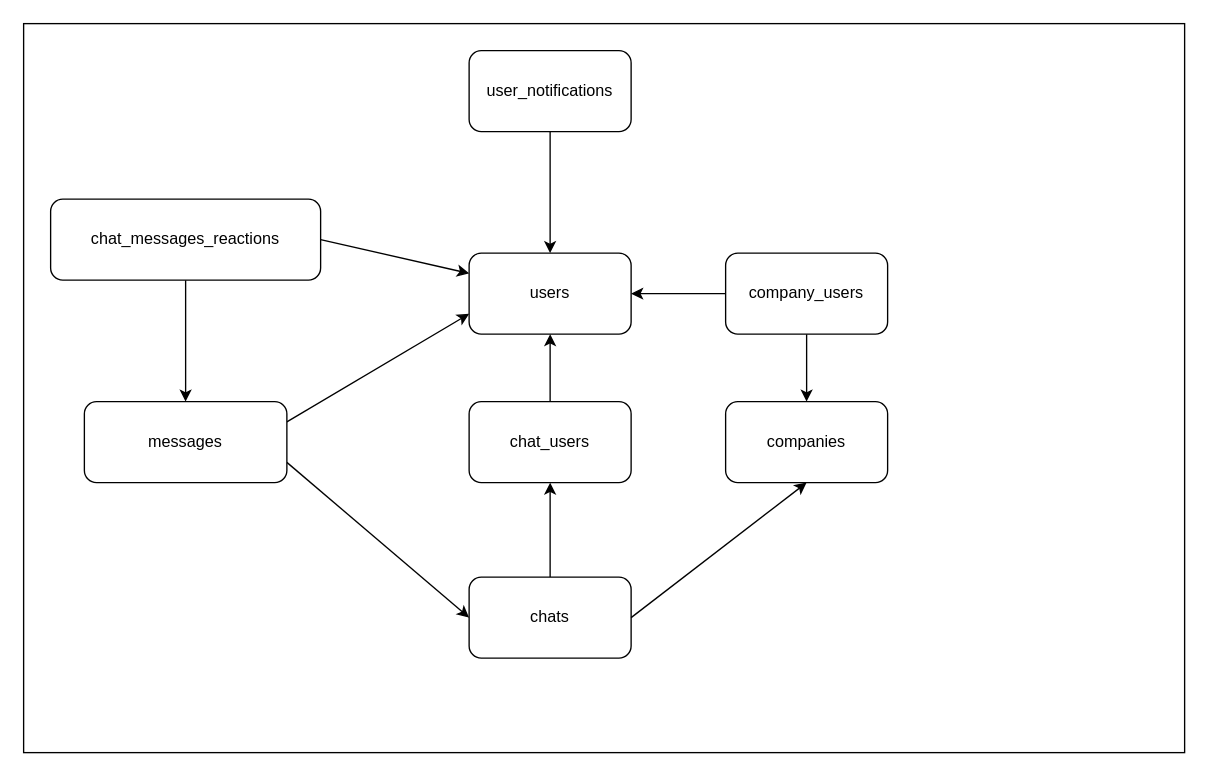
DouglasVolcato/messenger keeps this draw.io diagram as docs/data.drawio. Above is the earlier version. Source tidied: cells renumbered, new cells numbered last; positions are measured from the earlier drawing's top-left corner, leaving out a move shared by most shapes. Both pictures are drawn from the tidied source at 135%, with x=0, y=0 at pixel (23, 23).
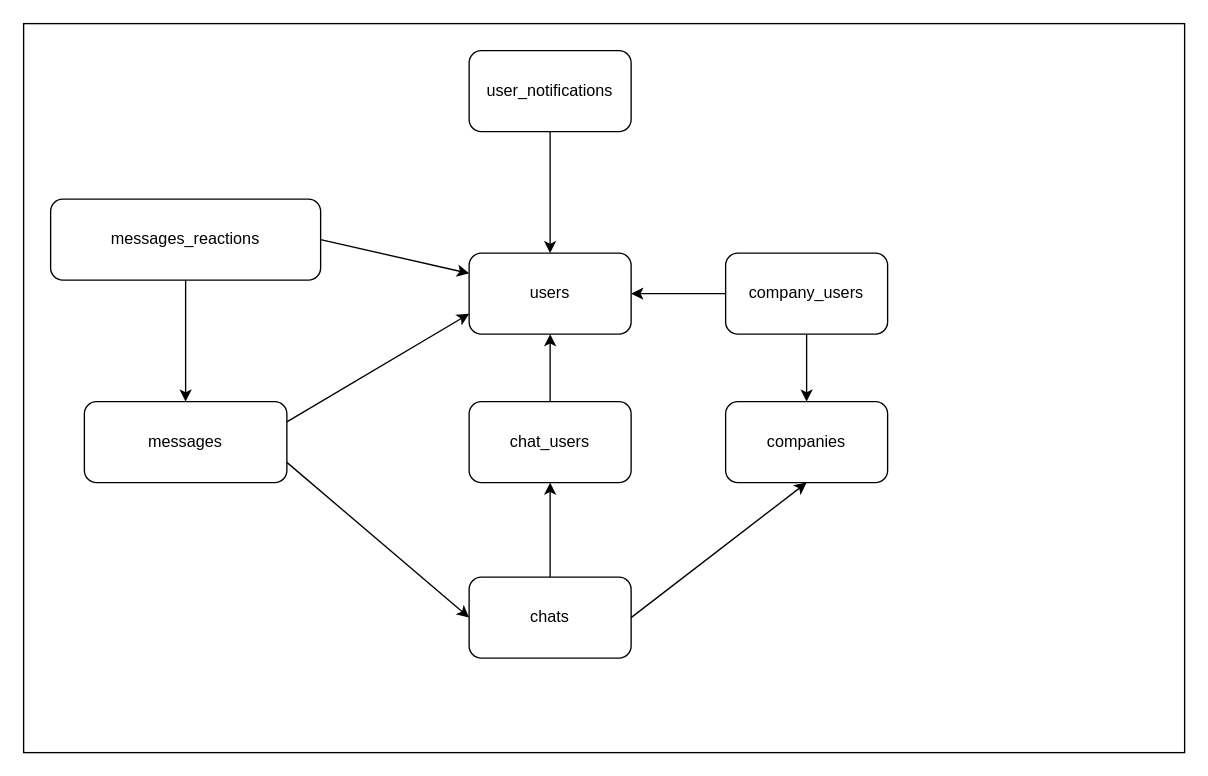
The same diagram, later.

Commit message (it also covers changes not shown here):
refactor: make data diagram simpler

Diff of the diagram source:
```diff
@@
-    <mxCell id="16" value="chat_messages_reactions" style="rounded=1;whiteSpace=wrap;html=1;" parent="1" vertex="1">
+    <mxCell id="16" value="messages_reactions" style="rounded=1;whiteSpace=wrap;html=1;" parent="1" vertex="1">
       <mxGeometry x="20" y="130" width="200" height="60" as="geometry" />
     </mxCell>
```
